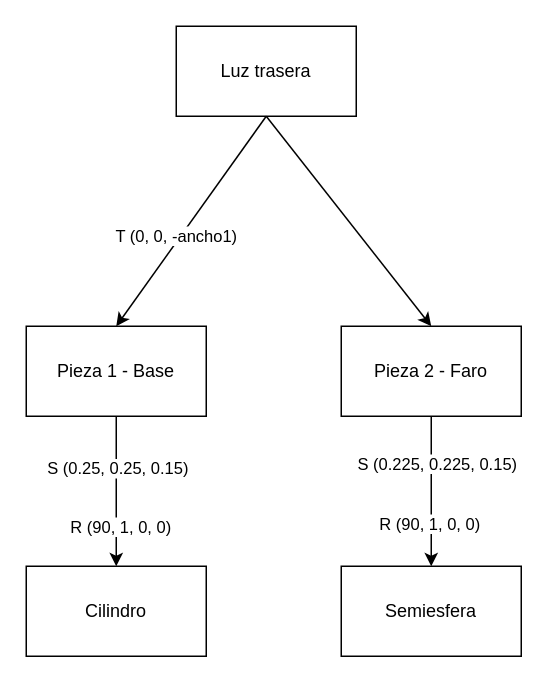
Earlier version of the draw.io diagram page "Luz trasera" (11 of 20) of grafo_escena.drawio (jorgelerre/descapotable). Source tidied: cells renumbered, new cells numbered last; positions are measured from the earlier drawing's top-left corner, leaving out a move shared by most shapes. Both pictures are drawn from the tidied source at 150%, with x=0, y=0 at pixel (26, 26).
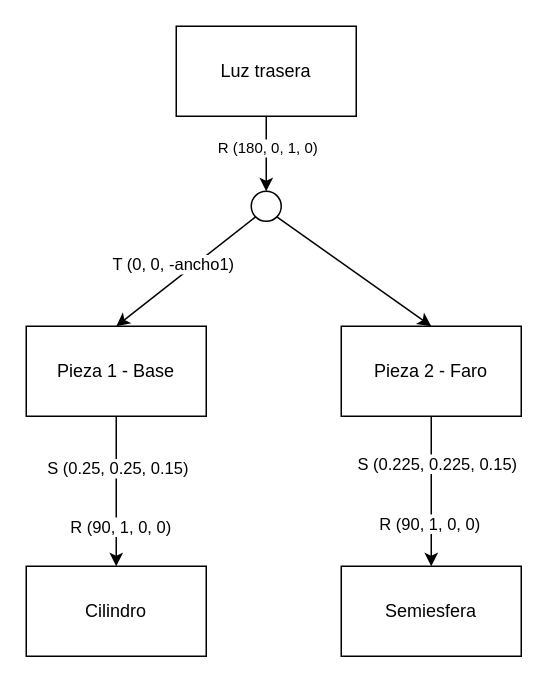
The same diagram, later.

The change refers to these unchanged cells:
```xml
<mxCell id="4" value="Pieza 2 - Faro" style="rounded=0;whiteSpace=wrap;html=1;strokeColor=default;fillColor=default;" parent="1" vertex="1">
  <mxGeometry x="210" y="200" width="120" height="60" as="geometry" />
</mxCell>
<mxCell id="8" value="Pieza 1 - Base" style="rounded=0;whiteSpace=wrap;html=1;strokeColor=default;fillColor=default;" parent="1" vertex="1">
  <mxGeometry y="200" width="120" height="60" as="geometry" />
</mxCell>
<mxCell id="12" value="Luz trasera" style="rounded=0;whiteSpace=wrap;html=1;strokeColor=default;fillColor=default;" parent="1" vertex="1">
  <mxGeometry x="100" width="120" height="60" as="geometry" />
</mxCell>
```

Change to the diagram source:
```diff
@@
-    <mxCell id="13" style="endArrow=classic;html=1;rounded=0;exitX=0.5;exitY=1;exitDx=0;exitDy=0;entryX=0.5;entryY=0;entryDx=0;entryDy=0;" parent="1" edge="1" source="12" target="8">
+    <mxCell id="13" style="endArrow=classic;html=1;rounded=0;entryX=0.5;entryY=0;entryDx=0;entryDy=0;exitX=0;exitY=1;exitDx=0;exitDy=0;" parent="1" edge="1" source="16" target="8">
       <mxGeometry relative="1" as="geometry" />
     </mxCell>
@@
-    <mxCell id="15" style="endArrow=classic;html=1;rounded=0;exitX=0.5;exitY=1;exitDx=0;exitDy=0;entryX=0.5;entryY=0;entryDx=0;entryDy=0;" parent="1" edge="1" source="12" target="4">
+    <mxCell id="15" style="endArrow=classic;html=1;rounded=0;entryX=0.5;entryY=0;entryDx=0;entryDy=0;exitX=1;exitY=1;exitDx=0;exitDy=0;" parent="1" edge="1" source="16" target="4">
       <mxGeometry relative="1" as="geometry" />
     </mxCell>
+    <mxCell id="16" style="ellipse;whiteSpace=wrap;html=1;strokeColor=default;fontSize=10;fillColor=default;" parent="1" vertex="1">
+      <mxGeometry x="150" y="110" width="20" height="20" as="geometry" />
+    </mxCell>
+    <mxCell id="17" style="endArrow=classic;html=1;rounded=0;fontSize=10;exitX=0.5;exitY=1;exitDx=0;exitDy=0;entryX=0.5;entryY=0;entryDx=0;entryDy=0;" parent="1" edge="1" source="12" target="16">
+      <mxGeometry relative="1" as="geometry" />
+    </mxCell>
+    <mxCell id="18" value="R (180, 0, 1, 0)" style="edgeLabel;html=1;align=center;verticalAlign=middle;fontSize=10;" parent="17" vertex="1">
+      <mxGeometry x="0.47" y="1" relative="1" as="geometry">
+        <mxPoint x="-1" y="-17" as="offset" />
+      </mxGeometry>
+    </mxCell>
```
